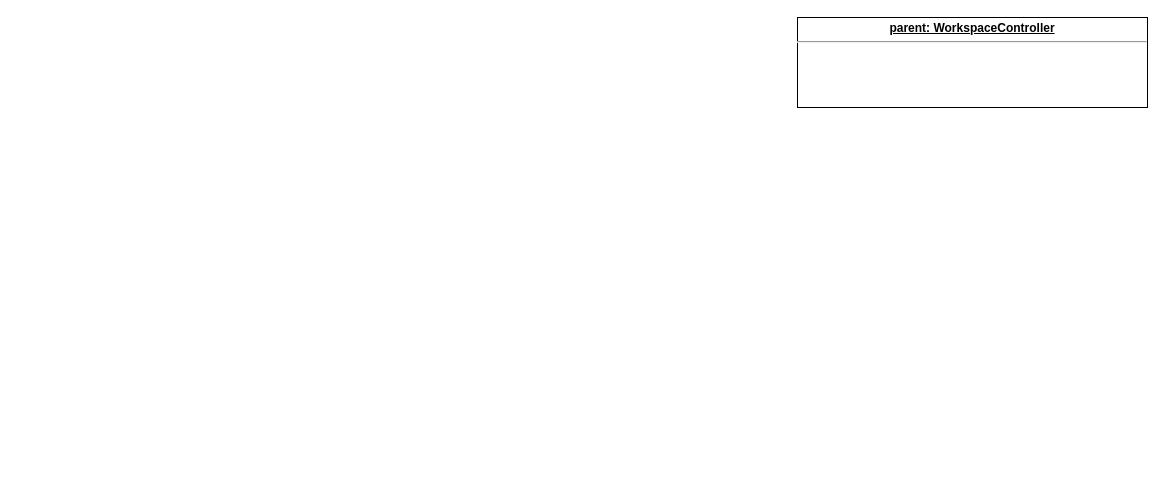
Earlier version of the draw.io diagram page "WriteMode" (2 of 2) of Uml/ObjectDiagram.drawio (MouseCreator/Labs2course-UML1a). Source tidied: cells renumbered, new cells numbered last; positions are measured from the earlier drawing's top-left corner, leaving out a move shared by most shapes. Both pictures are drawn from the tidied source at 100%, with x=0, y=0 at pixel (797, 17).
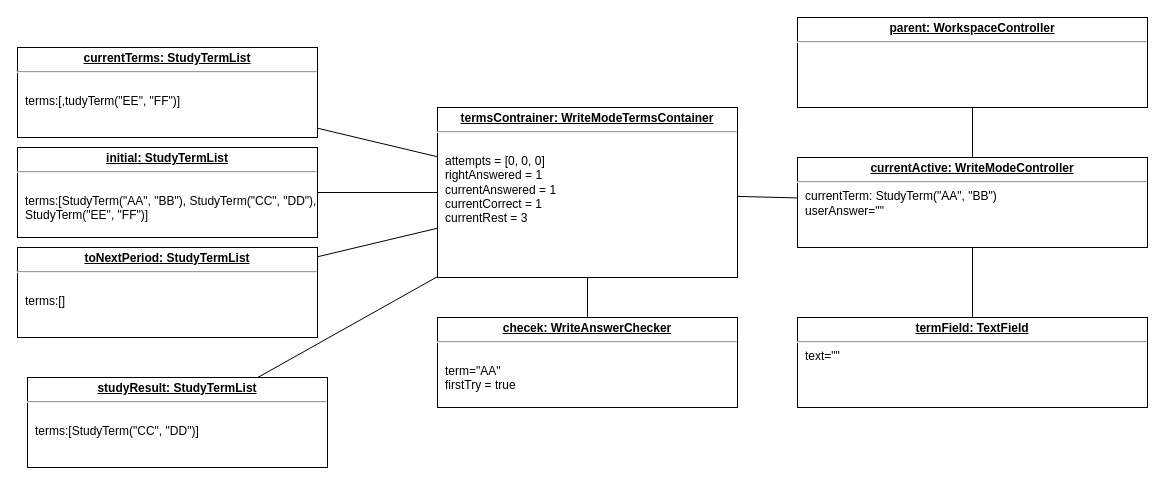
Above is the later version.

What changed in the source:
```diff
@@
 <mxGraphModel>
   <root>
     <mxCell id="0" />
     <mxCell id="1" parent="0" />
     <mxCell id="2" value="&lt;p style=&quot;margin:0px;margin-top:4px;text-align:center;text-decoration:underline;&quot;&gt;&lt;b&gt;parent: WorkspaceController&lt;/b&gt;&lt;/p&gt;&lt;hr&gt;&lt;p style=&quot;margin:0px;margin-left:8px;&quot;&gt;&lt;br&gt;&lt;/p&gt;&lt;p style=&quot;margin:0px;margin-left:8px;&quot;&gt;&lt;br&gt;&lt;/p&gt;&lt;p style=&quot;margin:0px;margin-left:8px;&quot;&gt;&lt;br&gt;&lt;/p&gt;" style="verticalAlign=top;align=left;overflow=fill;fontSize=12;fontFamily=Helvetica;html=1;" parent="1" vertex="1">
       <mxGeometry width="350" height="90" as="geometry" />
     </mxCell>
+    <mxCell id="3" value="&lt;p style=&quot;margin:0px;margin-top:4px;text-align:center;text-decoration:underline;&quot;&gt;&lt;b&gt;currentActive: WriteModeController&lt;/b&gt;&lt;/p&gt;&lt;hr&gt;&lt;p style=&quot;margin:0px;margin-left:8px;&quot;&gt;currentTerm: StudyTerm(&quot;AA&quot;, &quot;BB&quot;)&lt;/p&gt;&lt;p style=&quot;margin:0px;margin-left:8px;&quot;&gt;userAnswer=&quot;&quot;&lt;/p&gt;&lt;p style=&quot;margin:0px;margin-left:8px;&quot;&gt;&lt;br&gt;&lt;/p&gt;" style="verticalAlign=top;align=left;overflow=fill;fontSize=12;fontFamily=Helvetica;html=1;" parent="1" vertex="1">
+      <mxGeometry y="140" width="350" height="90" as="geometry" />
+    </mxCell>
+    <mxCell id="4" style="edgeStyle=none;jettySize=auto;html=1;rounded=0;endArrow=none;endFill=0;" parent="1" edge="1" source="3" target="2">
+      <mxGeometry relative="1" as="geometry" />
+    </mxCell>
+    <mxCell id="5" value="&lt;p style=&quot;margin:0px;margin-top:4px;text-align:center;text-decoration:underline;&quot;&gt;&lt;b&gt;termsContrainer: WriteModeTermsContainer&lt;/b&gt;&lt;/p&gt;&lt;hr&gt;&lt;p style=&quot;margin:0px;margin-left:8px;&quot;&gt;&lt;br&gt;&lt;/p&gt;&lt;p style=&quot;margin:0px;margin-left:8px;&quot;&gt;attempts = [0, 0, 0]&lt;/p&gt;&lt;p style=&quot;margin:0px;margin-left:8px;&quot;&gt;rightAnswered = 1&lt;/p&gt;&lt;p style=&quot;margin:0px;margin-left:8px;&quot;&gt;currentAnswered = 1&lt;/p&gt;&lt;p style=&quot;margin:0px;margin-left:8px;&quot;&gt;currentCorrect = 1&lt;br&gt;&lt;/p&gt;&lt;p style=&quot;margin:0px;margin-left:8px;&quot;&gt;currentRest = 3&lt;/p&gt;&lt;p style=&quot;margin:0px;margin-left:8px;&quot;&gt;&lt;br&gt;&lt;/p&gt;" style="verticalAlign=top;align=left;overflow=fill;fontSize=12;fontFamily=Helvetica;html=1;" parent="1" vertex="1">
+      <mxGeometry x="-360" y="90" width="300" height="170" as="geometry" />
+    </mxCell>
+    <mxCell id="6" value="&lt;p style=&quot;margin:0px;margin-top:4px;text-align:center;text-decoration:underline;&quot;&gt;&lt;b&gt;checek: WriteAnswerChecker&lt;/b&gt;&lt;/p&gt;&lt;hr&gt;&lt;p style=&quot;margin:0px;margin-left:8px;&quot;&gt;&lt;br&gt;&lt;/p&gt;&lt;p style=&quot;margin:0px;margin-left:8px;&quot;&gt;term=&quot;AA&quot;&lt;/p&gt;&lt;p style=&quot;margin:0px;margin-left:8px;&quot;&gt;firstTry = true&lt;/p&gt;" style="verticalAlign=top;align=left;overflow=fill;fontSize=12;fontFamily=Helvetica;html=1;" parent="1" vertex="1">
+      <mxGeometry x="-360" y="300" width="300" height="90" as="geometry" />
+    </mxCell>
+    <mxCell id="7" value="&lt;p style=&quot;margin:0px;margin-top:4px;text-align:center;text-decoration:underline;&quot;&gt;&lt;b&gt;termField: TextField&lt;/b&gt;&lt;/p&gt;&lt;hr&gt;&lt;p style=&quot;margin:0px;margin-left:8px;&quot;&gt;text=&quot;&quot;&lt;/p&gt;&lt;p style=&quot;margin:0px;margin-left:8px;&quot;&gt;&lt;br&gt;&lt;/p&gt;" style="verticalAlign=top;align=left;overflow=fill;fontSize=12;fontFamily=Helvetica;html=1;" parent="1" vertex="1">
+      <mxGeometry y="300" width="350" height="90" as="geometry" />
+    </mxCell>
+    <mxCell id="8" style="edgeStyle=none;jettySize=auto;html=1;rounded=0;endArrow=none;endFill=0;" parent="1" edge="1" source="7" target="3">
+      <mxGeometry relative="1" as="geometry" />
+    </mxCell>
+    <mxCell id="9" value="&lt;p style=&quot;margin:0px;margin-top:4px;text-align:center;text-decoration:underline;&quot;&gt;&lt;b&gt;initial: StudyTermList&lt;/b&gt;&lt;/p&gt;&lt;hr&gt;&lt;p style=&quot;margin:0px;margin-left:8px;&quot;&gt;&lt;br&gt;&lt;/p&gt;&lt;p style=&quot;margin:0px;margin-left:8px;&quot;&gt;terms:[StudyTerm(&quot;AA&quot;, &quot;BB&quot;), StudyTerm(&quot;CC&quot;, &quot;DD&quot;),&lt;/p&gt;&lt;p style=&quot;margin:0px;margin-left:8px;&quot;&gt;StudyTerm(&quot;EE&quot;, &quot;FF&quot;)]&lt;/p&gt;" style="verticalAlign=top;align=left;overflow=fill;fontSize=12;fontFamily=Helvetica;html=1;" parent="1" vertex="1">
+      <mxGeometry x="-780" y="130" width="300" height="90" as="geometry" />
+    </mxCell>
+    <mxCell id="10" style="edgeStyle=none;jettySize=auto;html=1;rounded=0;endArrow=none;endFill=0;" parent="1" edge="1" source="3" target="5">
+      <mxGeometry relative="1" as="geometry" />
+    </mxCell>
+    <mxCell id="11" style="edgeStyle=none;jettySize=auto;html=1;rounded=0;endArrow=none;endFill=0;" parent="1" edge="1" source="5" target="9">
+      <mxGeometry relative="1" as="geometry" />
+    </mxCell>
+    <mxCell id="12" style="edgeStyle=none;jettySize=auto;html=1;rounded=0;endArrow=none;endFill=0;" parent="1" edge="1" source="5" target="6">
+      <mxGeometry relative="1" as="geometry" />
+    </mxCell>
+    <mxCell id="13" value="&lt;p style=&quot;margin:0px;margin-top:4px;text-align:center;text-decoration:underline;&quot;&gt;&lt;b&gt;toNextPeriod: StudyTermList&lt;/b&gt;&lt;/p&gt;&lt;hr&gt;&lt;p style=&quot;margin:0px;margin-left:8px;&quot;&gt;&lt;br&gt;&lt;/p&gt;&lt;p style=&quot;margin:0px;margin-left:8px;&quot;&gt;terms:[]&lt;/p&gt;" style="verticalAlign=top;align=left;overflow=fill;fontSize=12;fontFamily=Helvetica;html=1;" parent="1" vertex="1">
+      <mxGeometry x="-780" y="230" width="300" height="90" as="geometry" />
+    </mxCell>
+    <mxCell id="14" value="&lt;p style=&quot;margin:0px;margin-top:4px;text-align:center;text-decoration:underline;&quot;&gt;&lt;b&gt;studyResult: StudyTermList&lt;/b&gt;&lt;/p&gt;&lt;hr&gt;&lt;p style=&quot;margin:0px;margin-left:8px;&quot;&gt;&lt;br&gt;&lt;/p&gt;&lt;p style=&quot;margin:0px;margin-left:8px;&quot;&gt;terms:[StudyTerm(&quot;CC&quot;, &quot;DD&quot;)]&lt;/p&gt;" style="verticalAlign=top;align=left;overflow=fill;fontSize=12;fontFamily=Helvetica;html=1;" parent="1" vertex="1">
+      <mxGeometry x="-770" y="360" width="300" height="90" as="geometry" />
+    </mxCell>
+    <mxCell id="15" value="&lt;p style=&quot;margin:0px;margin-top:4px;text-align:center;text-decoration:underline;&quot;&gt;&lt;b&gt;currentTerms: StudyTermList&lt;/b&gt;&lt;/p&gt;&lt;hr&gt;&lt;p style=&quot;margin:0px;margin-left:8px;&quot;&gt;&lt;br&gt;&lt;/p&gt;&lt;p style=&quot;margin:0px;margin-left:8px;&quot;&gt;terms:[,&lt;span style=&quot;background-color: initial;&quot;&gt;tudyTerm(&quot;EE&quot;, &quot;FF&quot;)]&lt;/span&gt;&lt;/p&gt;" style="verticalAlign=top;align=left;overflow=fill;fontSize=12;fontFamily=Helvetica;html=1;" parent="1" vertex="1">
+      <mxGeometry x="-780" y="30" width="300" height="90" as="geometry" />
+    </mxCell>
+    <mxCell id="16" style="edgeStyle=none;jettySize=auto;html=1;rounded=0;endArrow=none;endFill=0;" parent="1" edge="1" source="5" target="13">
+      <mxGeometry relative="1" as="geometry" />
+    </mxCell>
+    <mxCell id="17" style="edgeStyle=none;jettySize=auto;html=1;rounded=0;endArrow=none;endFill=0;" parent="1" edge="1" source="5" target="15">
+      <mxGeometry relative="1" as="geometry" />
+    </mxCell>
+    <mxCell id="18" style="edgeStyle=none;jettySize=auto;html=1;rounded=0;endArrow=none;endFill=0;" parent="1" edge="1" source="5" target="14">
+      <mxGeometry relative="1" as="geometry" />
+    </mxCell>
   </root>
 </mxGraphModel>
```
